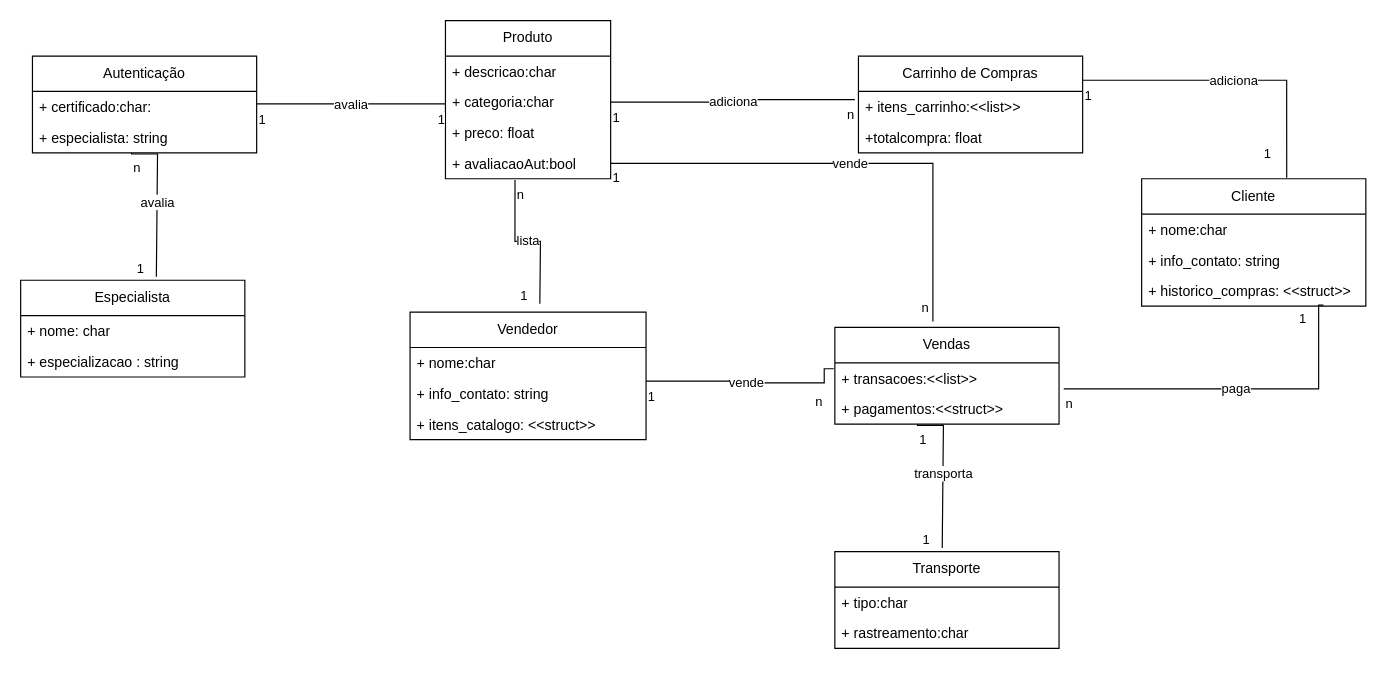
Earlier version of the draw.io diagram page "Diagramas de classes" (4 of 9) of DiagramasDeModelagem.drawio (luca-moraes/projetoCorintoModelagem). Source tidied: cells renumbered, new cells numbered last; positions are measured from the earlier drawing's top-left corner, leaving out a move shared by most shapes. Both pictures are drawn from the tidied source at 118%, with x=0, y=0 at pixel (20, 20).
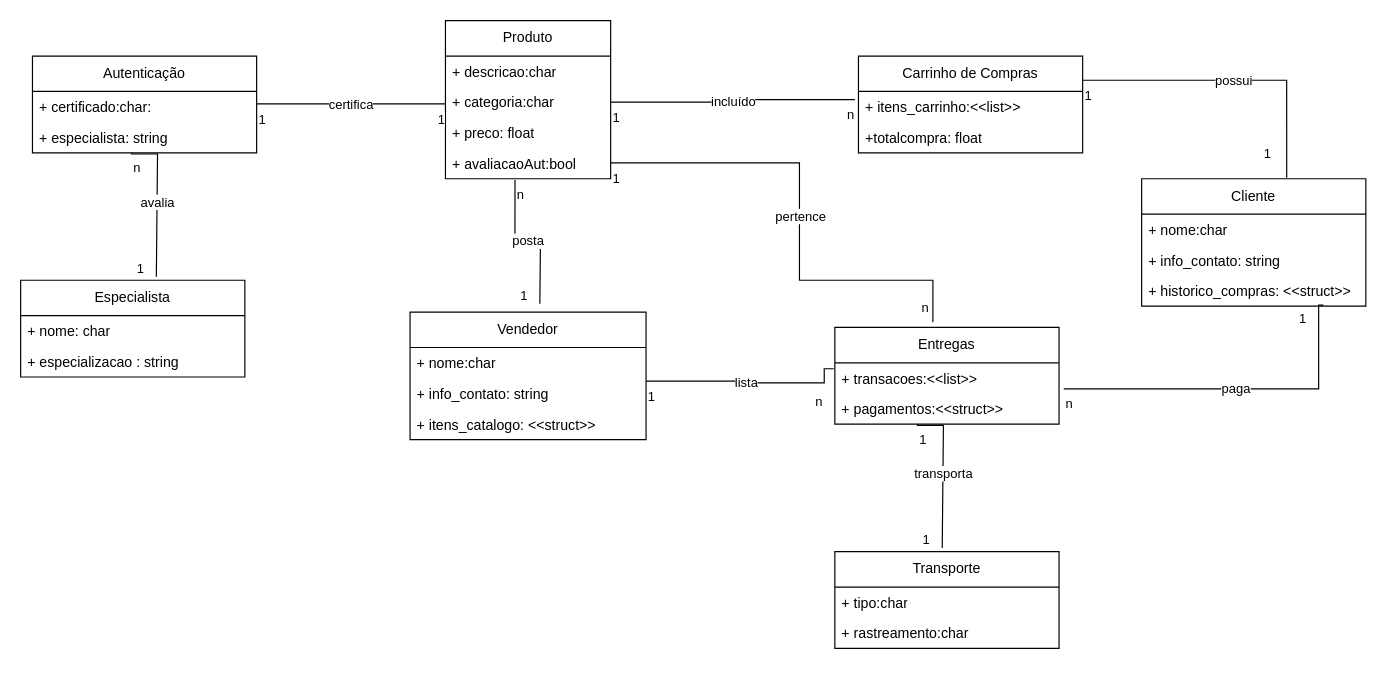
After the change.

The change refers to these unchanged cells:
```xml
<mxCell id="4" value="+ categoria:char&amp;nbsp;" style="text;strokeColor=none;fillColor=none;align=left;verticalAlign=top;spacingLeft=4;spacingRight=4;overflow=hidden;points=[[0,0.5],[1,0.5]];portConstraint=eastwest;whiteSpace=wrap;html=1;" parent="2" vertex="1">
  <mxGeometry y="56" width="140" height="26" as="geometry" />
</mxCell>
<mxCell id="6" value="+ avaliacaoAut:bool" style="text;strokeColor=none;fillColor=none;align=left;verticalAlign=top;spacingLeft=4;spacingRight=4;overflow=hidden;points=[[0,0.5],[1,0.5]];portConstraint=eastwest;whiteSpace=wrap;html=1;" parent="2" vertex="1">
  <mxGeometry y="108" width="140" height="26" as="geometry" />
</mxCell>
<mxCell id="7" value="Cliente" style="swimlane;fontStyle=0;horizontal=1;startSize=30;fillColor=none;whiteSpace=wrap;html=1;" parent="1" vertex="1">
  <mxGeometry x="950" y="134" width="190" height="108" as="geometry" />
</mxCell>
<mxCell id="24" value="Carrinho de Compras" style="swimlane;fontStyle=0;horizontal=1;startSize=30;fillColor=none;whiteSpace=wrap;html=1;" parent="1" vertex="1">
  <mxGeometry x="710" y="30" width="190" height="82" as="geometry" />
</mxCell>
<mxCell id="25" value="+ itens_carrinho:&amp;lt;&amp;lt;list&amp;gt;&amp;gt;" style="text;strokeColor=none;fillColor=none;align=left;verticalAlign=top;spacingLeft=4;spacingRight=4;overflow=hidden;points=[[0,0.5],[1,0.5]];portConstraint=eastwest;whiteSpace=wrap;html=1;" parent="24" vertex="1">
  <mxGeometry y="30" width="190" height="26" as="geometry" />
</mxCell>
<mxCell id="34" value="+ transacoes:&amp;lt;&amp;lt;list&amp;gt;&amp;gt;" style="text;strokeColor=none;fillColor=none;align=left;verticalAlign=top;spacingLeft=4;spacingRight=4;overflow=hidden;points=[[0,0.5],[1,0.5]];portConstraint=eastwest;whiteSpace=wrap;html=1;" parent="33" vertex="1">
  <mxGeometry y="30" width="190" height="26" as="geometry" />
</mxCell>
```

Change to the diagram source:
```diff
@@
-    <mxCell id="21" value="adiciona" style="endArrow=none;html=1;endSize=12;startArrow=none;startSize=14;startFill=0;edgeStyle=orthogonalEdgeStyle;rounded=0;endFill=0;entryX=-0.016;entryY=0.269;entryDx=0;entryDy=0;entryPerimeter=0;exitX=1;exitY=0.5;exitDx=0;exitDy=0;" parent="1" edge="1" source="4" target="25">
+    <mxCell id="21" value="incluído" style="endArrow=none;html=1;endSize=12;startArrow=none;startSize=14;startFill=0;edgeStyle=orthogonalEdgeStyle;rounded=0;endFill=0;entryX=-0.016;entryY=0.269;entryDx=0;entryDy=0;entryPerimeter=0;exitX=1;exitY=0.5;exitDx=0;exitDy=0;" parent="1" edge="1" source="4" target="25">
       <mxGeometry relative="1" as="geometry" />
     </mxCell>
@@
-    <mxCell id="27" value="avalia" style="endArrow=none;html=1;endSize=12;startArrow=none;startSize=14;startFill=0;edgeStyle=orthogonalEdgeStyle;rounded=0;endFill=0;" parent="1" edge="1">
+    <mxCell id="27" value="certifica" style="endArrow=none;html=1;endSize=12;startArrow=none;startSize=14;startFill=0;edgeStyle=orthogonalEdgeStyle;rounded=0;endFill=0;" parent="1" edge="1">
       <mxGeometry y="1" relative="1" as="geometry">
         <mxPoint x="200" y="70.5" as="sourcePoint" />
         <mxPoint x="360" y="70.5" as="targetPoint" />
         <mxPoint y="1" as="offset" />
       </mxGeometry>
     </mxCell>
@@
-    <mxCell id="33" value="Vendas" style="swimlane;fontStyle=0;horizontal=1;startSize=30;fillColor=none;whiteSpace=wrap;html=1;" parent="1" vertex="1">
+    <mxCell id="33" value="Entregas" style="swimlane;fontStyle=0;horizontal=1;startSize=30;fillColor=none;whiteSpace=wrap;html=1;" parent="1" vertex="1">
       <mxGeometry x="690" y="260" width="190" height="82" as="geometry" />
     </mxCell>
@@
-    <mxCell id="36" value="vende" style="endArrow=none;html=1;endSize=12;startArrow=none;startSize=14;startFill=0;edgeStyle=orthogonalEdgeStyle;rounded=0;endFill=0;exitX=0.993;exitY=0.192;exitDx=0;exitDy=0;exitPerimeter=0;entryX=0.432;entryY=-0.024;entryDx=0;entryDy=0;entryPerimeter=0;" parent="1" edge="1">
+    <mxCell id="36" value="pertence" style="endArrow=none;html=1;endSize=12;startArrow=none;startSize=14;startFill=0;edgeStyle=orthogonalEdgeStyle;rounded=0;endFill=0;exitX=0.993;exitY=0.192;exitDx=0;exitDy=0;exitPerimeter=0;entryX=0.432;entryY=-0.024;entryDx=0;entryDy=0;entryPerimeter=0;" parent="1" edge="1">
       <mxGeometry y="1" relative="1" as="geometry">
-        <mxPoint x="500" y="120" as="sourcePoint" />
-        <mxPoint x="773.1" y="255" as="targetPoint" />
+        <mxPoint x="500" y="120.5" as="sourcePoint" />
+        <mxPoint x="773.1" y="255.5" as="targetPoint" />
         <Array as="points">
-          <mxPoint x="773" y="121" />
+          <mxPoint x="660" y="121" />
+          <mxPoint x="660" y="220" />
+          <mxPoint x="773" y="220" />
         </Array>
         <mxPoint y="1" as="offset" />
       </mxGeometry>
     </mxCell>
@@
-    <mxCell id="39" value="adiciona" style="endArrow=none;html=1;endSize=12;startArrow=none;startSize=14;startFill=0;edgeStyle=orthogonalEdgeStyle;rounded=0;endFill=0;entryX=0.647;entryY=-0.009;entryDx=0;entryDy=0;entryPerimeter=0;exitX=1;exitY=0.25;exitDx=0;exitDy=0;" parent="1" edge="1" source="24" target="7">
+    <mxCell id="39" value="possui" style="endArrow=none;html=1;endSize=12;startArrow=none;startSize=14;startFill=0;edgeStyle=orthogonalEdgeStyle;rounded=0;endFill=0;entryX=0.647;entryY=-0.009;entryDx=0;entryDy=0;entryPerimeter=0;exitX=1;exitY=0.25;exitDx=0;exitDy=0;" parent="1" edge="1" source="24" target="7">
       <mxGeometry relative="1" as="geometry" />
     </mxCell>
@@
-    <mxCell id="45" value="lista" style="endArrow=none;html=1;endSize=12;startArrow=none;startSize=14;startFill=0;edgeStyle=orthogonalEdgeStyle;rounded=0;endFill=0;exitX=0.421;exitY=1.038;exitDx=0;exitDy=0;exitPerimeter=0;" parent="1" edge="1" source="6">
+    <mxCell id="45" value="posta" style="endArrow=none;html=1;endSize=12;startArrow=none;startSize=14;startFill=0;edgeStyle=orthogonalEdgeStyle;rounded=0;endFill=0;exitX=0.421;exitY=1.038;exitDx=0;exitDy=0;exitPerimeter=0;" parent="1" edge="1" source="6">
       <mxGeometry relative="1" as="geometry">
         <mxPoint x="440" y="240" as="targetPoint" />
       </mxGeometry>
     </mxCell>
@@
-    <mxCell id="48" value="vende" style="endArrow=none;html=1;endSize=12;startArrow=none;startSize=14;startFill=0;edgeStyle=orthogonalEdgeStyle;rounded=0;endFill=0;entryX=-0.005;entryY=0.192;entryDx=0;entryDy=0;entryPerimeter=0;" parent="1" edge="1" target="34">
+    <mxCell id="48" value="lista" style="endArrow=none;html=1;endSize=12;startArrow=none;startSize=14;startFill=0;edgeStyle=orthogonalEdgeStyle;rounded=0;endFill=0;entryX=-0.005;entryY=0.192;entryDx=0;entryDy=0;entryPerimeter=0;" parent="1" edge="1" target="34">
       <mxGeometry relative="1" as="geometry">
         <mxPoint x="530" y="305.5" as="sourcePoint" />
         <Array as="points">
           <mxPoint x="606" y="306" />
           <mxPoint x="606" y="307" />
           <mxPoint x="681" y="307" />
           <mxPoint x="681" y="295" />
         </Array>
       </mxGeometry>
     </mxCell>
```
